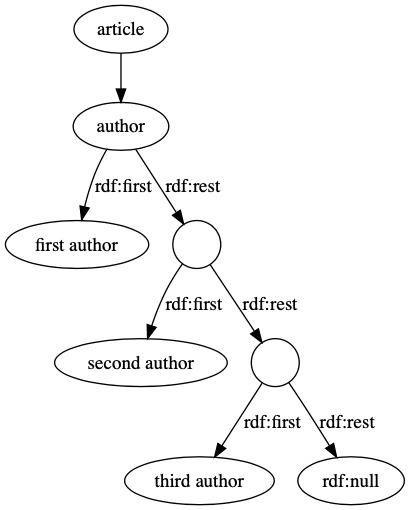
rdmpage/wild-json-ld keeps this Graphviz diagram as list.png. Above is the earlier version. Its source is kept beside it as list.dot. Its diagram source:
```dot
digraph G {

    node [label="article"] article;

	node [label="author"] author;

	node [label="first author"shape=ellipse] f1;
	node [label="",shape=circle] r1;

	node [label="second author",shape=ellipse] f2;
	node [label="",shape=circle] r2;

	node [label="third author"shape=ellipse] f3;
	node [label="rdf:null"] r3;

	article -> author;

	author -> f1 [label="rdf:first"];
	author -> r1 [label="rdf:rest"];

	r1 -> f2 [label="rdf:first"];
	r1 -> r2 [label="rdf:rest"];

	r2 -> f3 [label="rdf:first"];
	r2 -> r3 [label="rdf:rest"];
}
```
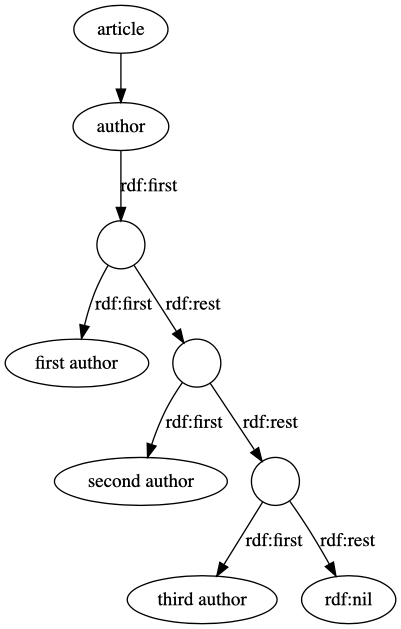
Above is the later version.

Commit message:
Update description of list.

What changed in the source:
```diff
@@ -3,6 +3,8 @@
     node [label="article"] article;
 
 	node [label="author"] author;
+
+	node [label="",shape=circle] r0;
 
 	node [label="first author"shape=ellipse] f1;
 	node [label="",shape=circle] r1;
@@ -11,12 +13,14 @@
 	node [label="",shape=circle] r2;
 
 	node [label="third author"shape=ellipse] f3;
-	node [label="rdf:null"] r3;
+	node [label="rdf:nil"] r3;
 
 	article -> author;
 
-	author -> f1 [label="rdf:first"];
-	author -> r1 [label="rdf:rest"];
+	author -> r0 [label="rdf:first"];
+
+	r0 -> f1 [label="rdf:first"];
+	r0 -> r1 [label="rdf:rest"];
 
 	r1 -> f2 [label="rdf:first"];
 	r1 -> r2 [label="rdf:rest"];
```
